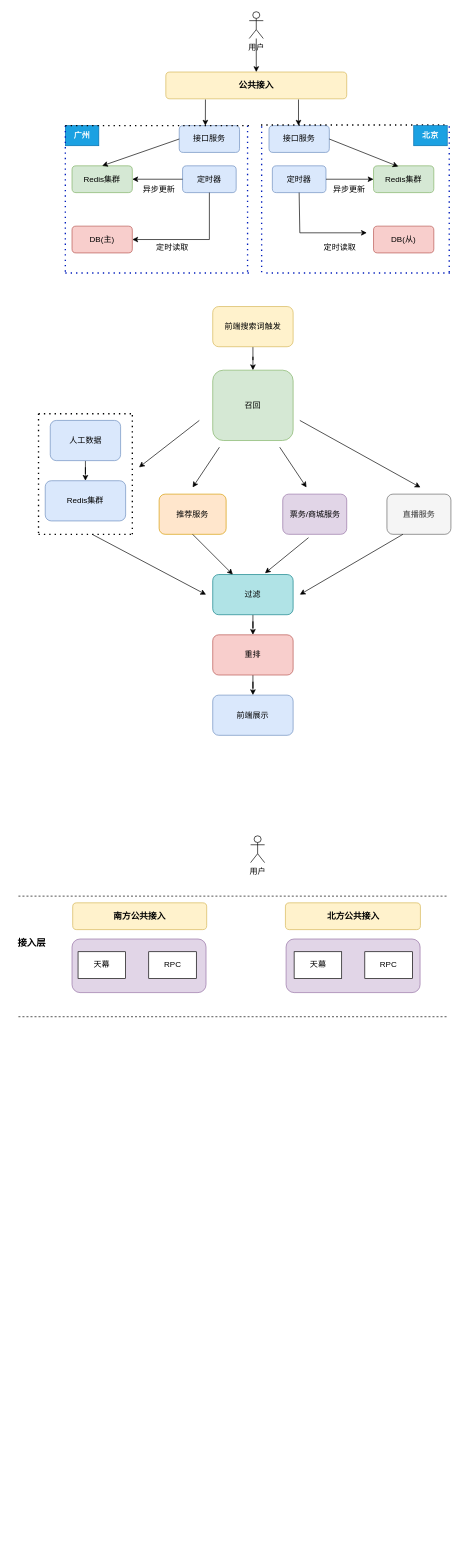
Earlier version of the draw.io diagram dir_f/搜索拦截架构图.drawio (lewiskyo/test_git). Source tidied: cells renumbered, new cells numbered last; positions are measured from the earlier drawing's top-left corner, leaving out a move shared by most shapes. Both pictures are drawn from the tidied source at 67%, with x=0, y=0 at pixel (11, 11).
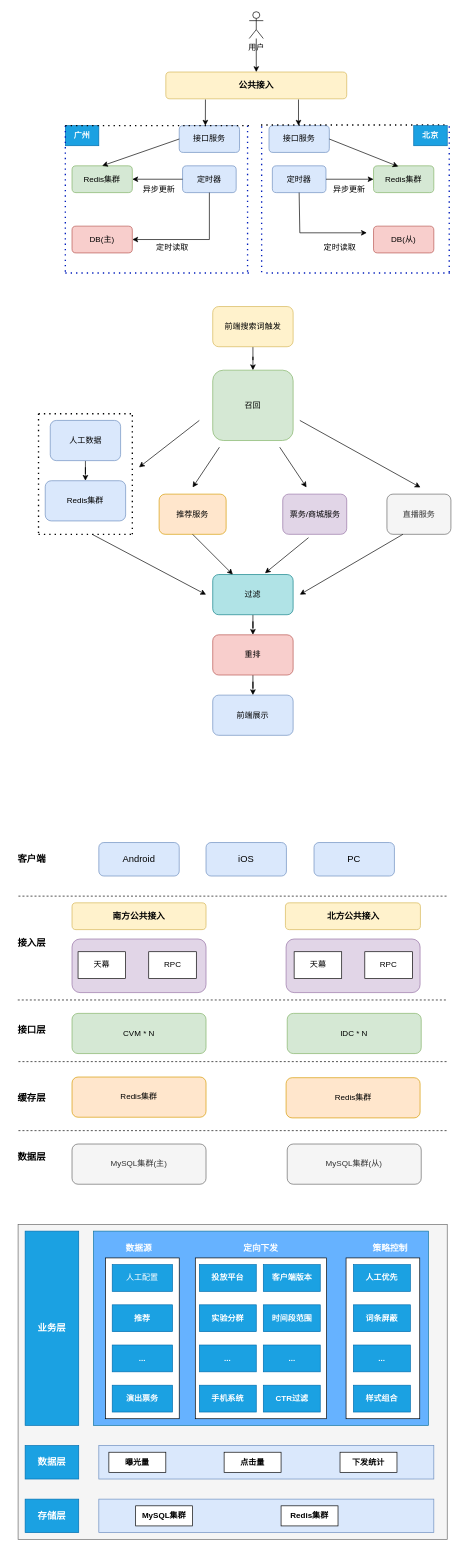
Above is the later version.

Commit message:
更新搜索拦截架构图.drawio

Change to the diagram source:
```diff
@@
     <mxCell id="62" style="group;rotation=90;" parent="1" vertex="1">
-      <mxGeometry x="141" y="1330" width="447.5" height="40" as="geometry" />
+      <mxGeometry x="140" y="1330" width="447.5" height="40" as="geometry" />
     </mxCell>
@@
     <mxCell id="64" style="endArrow=none;dashed=1;html=1;rounded=0;" parent="62" edge="1">
       <mxGeometry relative="1" as="geometry">
-        <mxPoint x="-131" y="170" as="sourcePoint" />
-        <mxPoint x="509" y="170" as="targetPoint" />
+        <mxPoint x="-131" y="145" as="sourcePoint" />
+        <mxPoint x="509" y="145" as="targetPoint" />
       </mxGeometry>
     </mxCell>
-    <mxCell id="65" value="用户" style="shape=umlActor;verticalLabelPosition=bottom;verticalAlign=top;html=1;" parent="1" vertex="1">
-      <mxGeometry x="356.5" y="1230" width="21" height="40" as="geometry" />
-    </mxCell>
+    <mxCell id="76" value="&lt;span style=&quot;font-size: 14px;&quot;&gt;iOS&lt;/span&gt;" style="rounded=1;whiteSpace=wrap;html=1;fillColor=#dae8fc;strokeColor=#6c8ebf;" parent="62" vertex="1">
+      <mxGeometry x="150" y="-90" width="120" height="50" as="geometry" />
+    </mxCell>
@@
+    <mxCell id="77" value="&lt;font style=&quot;font-size: 14px;&quot;&gt;Android&lt;/font&gt;" style="rounded=1;whiteSpace=wrap;html=1;fillColor=#dae8fc;strokeColor=#6c8ebf;" parent="1" vertex="1">
+      <mxGeometry x="130" y="1240" width="120" height="50" as="geometry" />
+    </mxCell>
+    <mxCell id="78" value="&lt;font style=&quot;font-size: 14px;&quot;&gt;PC&lt;/font&gt;" style="rounded=1;whiteSpace=wrap;html=1;fillColor=#dae8fc;strokeColor=#6c8ebf;" parent="1" vertex="1">
+      <mxGeometry x="451.2" y="1240" width="120" height="50" as="geometry" />
+    </mxCell>
+    <mxCell id="79" value="&lt;span style=&quot;font-size: 14px;&quot;&gt;&lt;b&gt;客户端&lt;/b&gt;&lt;/span&gt;" style="text;html=1;align=center;verticalAlign=middle;whiteSpace=wrap;rounded=0;" parent="1" vertex="1">
+      <mxGeometry y="1185" width="60" height="160" as="geometry" />
+    </mxCell>
+    <mxCell id="80" value="&lt;span style=&quot;font-size: 14px;&quot;&gt;&lt;b&gt;接口层&lt;/b&gt;&lt;/span&gt;" style="text;html=1;align=center;verticalAlign=middle;whiteSpace=wrap;rounded=0;" parent="1" vertex="1">
+      <mxGeometry y="1440" width="60" height="160" as="geometry" />
+    </mxCell>
+    <mxCell id="81" value="CVM * N" style="rounded=1;whiteSpace=wrap;html=1;fillColor=#d5e8d4;strokeColor=#82b366;" parent="1" vertex="1">
+      <mxGeometry x="90" y="1495" width="200" height="60" as="geometry" />
+    </mxCell>
+    <mxCell id="82" value="IDC * N" style="rounded=1;whiteSpace=wrap;html=1;fillColor=#d5e8d4;strokeColor=#82b366;" parent="1" vertex="1">
+      <mxGeometry x="411.2" y="1495" width="200" height="60" as="geometry" />
+    </mxCell>
+    <mxCell id="83" style="endArrow=none;dashed=1;html=1;rounded=0;" parent="1" edge="1">
+      <mxGeometry relative="1" as="geometry">
+        <mxPoint x="10" y="1567" as="sourcePoint" />
+        <mxPoint x="650" y="1567" as="targetPoint" />
+      </mxGeometry>
+    </mxCell>
+    <mxCell id="84" value="&lt;span style=&quot;font-size: 14px;&quot;&gt;&lt;b&gt;缓存层&lt;/b&gt;&lt;/span&gt;" style="text;html=1;align=center;verticalAlign=middle;whiteSpace=wrap;rounded=0;" parent="1" vertex="1">
+      <mxGeometry y="1542" width="60" height="160" as="geometry" />
+    </mxCell>
+    <mxCell id="85" value="Redis集群" style="rounded=1;whiteSpace=wrap;html=1;fillColor=#ffe6cc;strokeColor=#d79b00;" parent="1" vertex="1">
+      <mxGeometry x="90" y="1590" width="200" height="60" as="geometry" />
+    </mxCell>
+    <mxCell id="86" value="Redis集群" style="rounded=1;whiteSpace=wrap;html=1;fillColor=#ffe6cc;strokeColor=#d79b00;" parent="1" vertex="1">
+      <mxGeometry x="409.5" y="1591" width="200" height="60" as="geometry" />
+    </mxCell>
+    <mxCell id="87" style="endArrow=none;dashed=1;html=1;rounded=0;" parent="1" edge="1">
+      <mxGeometry relative="1" as="geometry">
+        <mxPoint x="10" y="1670" as="sourcePoint" />
+        <mxPoint x="650" y="1670" as="targetPoint" />
+      </mxGeometry>
+    </mxCell>
+    <mxCell id="88" value="&lt;span style=&quot;font-size: 14px;&quot;&gt;&lt;b&gt;数据层&lt;/b&gt;&lt;/span&gt;" style="text;html=1;align=center;verticalAlign=middle;whiteSpace=wrap;rounded=0;" parent="1" vertex="1">
+      <mxGeometry y="1630" width="60" height="160" as="geometry" />
+    </mxCell>
+    <mxCell id="89" value="MySQL集群(主)" style="rounded=1;whiteSpace=wrap;html=1;fillColor=#f5f5f5;strokeColor=#666666;fontColor=#333333;" parent="1" vertex="1">
+      <mxGeometry x="90" y="1690" width="200" height="60" as="geometry" />
+    </mxCell>
+    <mxCell id="90" value="MySQL集群(从)" style="rounded=1;whiteSpace=wrap;html=1;fillColor=#f5f5f5;strokeColor=#666666;fontColor=#333333;" parent="1" vertex="1">
+      <mxGeometry x="411.2" y="1690" width="200" height="60" as="geometry" />
+    </mxCell>
+    <mxCell id="91" style="rounded=0;whiteSpace=wrap;html=1;fillColor=#f5f5f5;fontColor=#333333;strokeColor=#666666;" parent="1" vertex="1">
+      <mxGeometry x="9.5" y="1810" width="640.5" height="470" as="geometry" />
+    </mxCell>
+    <mxCell id="92" value="&lt;b style=&quot;&quot;&gt;&lt;font color=&quot;#ffffff&quot; style=&quot;font-size: 14px;&quot;&gt;业务层&lt;/font&gt;&lt;/b&gt;" style="rounded=0;whiteSpace=wrap;html=1;fillColor=#1ba1e2;strokeColor=#006EAF;fontColor=#ffffff;" parent="1" vertex="1">
+      <mxGeometry x="20" y="1820" width="80" height="290" as="geometry" />
+    </mxCell>
+    <mxCell id="93" value="&lt;font style=&quot;font-size: 14px;&quot;&gt;&lt;b style=&quot;&quot;&gt;数据层&lt;/b&gt;&lt;/font&gt;" style="rounded=0;whiteSpace=wrap;html=1;fillColor=#1ba1e2;fontColor=#ffffff;strokeColor=#006EAF;" parent="1" vertex="1">
+      <mxGeometry x="20" y="2140" width="80" height="50" as="geometry" />
+    </mxCell>
+    <mxCell id="94" value="&lt;font style=&quot;font-size: 14px;&quot;&gt;&lt;b style=&quot;&quot;&gt;存储层&lt;/b&gt;&lt;/font&gt;" style="rounded=0;whiteSpace=wrap;html=1;fillColor=#1ba1e2;fontColor=#ffffff;strokeColor=#006EAF;" parent="1" vertex="1">
+      <mxGeometry x="20" y="2220" width="80" height="50" as="geometry" />
+    </mxCell>
+    <mxCell id="95" style="rounded=0;whiteSpace=wrap;html=1;fillColor=#66B2FF;strokeColor=#10739e;" parent="1" vertex="1">
+      <mxGeometry x="122" y="1820" width="500" height="290" as="geometry" />
+    </mxCell>
+    <mxCell id="96" value="&lt;font color=&quot;#ffffff&quot; style=&quot;font-size: 13px;&quot;&gt;&lt;b&gt;数据源&lt;/b&gt;&lt;/font&gt;" style="text;html=1;align=center;verticalAlign=middle;whiteSpace=wrap;rounded=0;" parent="1" vertex="1">
+      <mxGeometry x="160" y="1830" width="60" height="30" as="geometry" />
+    </mxCell>
+    <mxCell id="97" style="rounded=0;whiteSpace=wrap;html=1;" parent="1" vertex="1">
+      <mxGeometry x="140" y="1860" width="110" height="240" as="geometry" />
+    </mxCell>
+    <mxCell id="98" value="人工配置" style="rounded=0;whiteSpace=wrap;html=1;fillColor=#1ba1e2;fontColor=#ffffff;strokeColor=#006EAF;" parent="1" vertex="1">
+      <mxGeometry x="150" y="1870" width="90" height="40" as="geometry" />
+    </mxCell>
+    <mxCell id="99" value="&lt;b&gt;推荐&lt;/b&gt;" style="rounded=0;whiteSpace=wrap;html=1;fillColor=#1ba1e2;fontColor=#ffffff;strokeColor=#006EAF;" parent="1" vertex="1">
+      <mxGeometry x="150" y="1930" width="90" height="40" as="geometry" />
+    </mxCell>
+    <mxCell id="100" value="&lt;b&gt;...&lt;/b&gt;" style="rounded=0;whiteSpace=wrap;html=1;fillColor=#1ba1e2;fontColor=#ffffff;strokeColor=#006EAF;" parent="1" vertex="1">
+      <mxGeometry x="150" y="1990" width="90" height="40" as="geometry" />
+    </mxCell>
+    <mxCell id="101" value="&lt;b&gt;演出票务&lt;/b&gt;" style="rounded=0;whiteSpace=wrap;html=1;fillColor=#1ba1e2;fontColor=#ffffff;strokeColor=#006EAF;" parent="1" vertex="1">
+      <mxGeometry x="150" y="2050" width="90" height="40" as="geometry" />
+    </mxCell>
+    <mxCell id="102" value="&lt;font color=&quot;#ffffff&quot; style=&quot;font-size: 13px;&quot;&gt;&lt;b&gt;定向下发&lt;/b&gt;&lt;/font&gt;" style="text;html=1;align=center;verticalAlign=middle;whiteSpace=wrap;rounded=0;" parent="1" vertex="1">
+      <mxGeometry x="342" y="1830" width="60" height="30" as="geometry" />
+    </mxCell>
+    <mxCell id="103" style="rounded=0;whiteSpace=wrap;html=1;" parent="1" vertex="1">
+      <mxGeometry x="274" y="1860" width="196" height="240" as="geometry" />
+    </mxCell>
+    <mxCell id="104" value="&lt;b&gt;投放平台&lt;/b&gt;" style="rounded=0;whiteSpace=wrap;html=1;fillColor=#1ba1e2;fontColor=#ffffff;strokeColor=#006EAF;" parent="1" vertex="1">
+      <mxGeometry x="280" y="1870" width="85" height="40" as="geometry" />
+    </mxCell>
+    <mxCell id="105" value="&lt;b&gt;客户端版本&lt;/b&gt;" style="rounded=0;whiteSpace=wrap;html=1;fillColor=#1ba1e2;fontColor=#ffffff;strokeColor=#006EAF;" parent="1" vertex="1">
+      <mxGeometry x="375.5" y="1870" width="85" height="40" as="geometry" />
+    </mxCell>
+    <mxCell id="106" value="&lt;b&gt;实验分群&lt;/b&gt;" style="rounded=0;whiteSpace=wrap;html=1;fillColor=#1ba1e2;fontColor=#ffffff;strokeColor=#006EAF;" parent="1" vertex="1">
+      <mxGeometry x="280" y="1930" width="85" height="40" as="geometry" />
+    </mxCell>
+    <mxCell id="107" value="&lt;b&gt;时间段范围&lt;/b&gt;" style="rounded=0;whiteSpace=wrap;html=1;fillColor=#1ba1e2;fontColor=#ffffff;strokeColor=#006EAF;" parent="1" vertex="1">
+      <mxGeometry x="375.5" y="1930" width="85" height="40" as="geometry" />
+    </mxCell>
+    <mxCell id="108" value="&lt;b&gt;...&lt;/b&gt;" style="rounded=0;whiteSpace=wrap;html=1;fillColor=#1ba1e2;fontColor=#ffffff;strokeColor=#006EAF;" parent="1" vertex="1">
+      <mxGeometry x="280" y="1990" width="85" height="40" as="geometry" />
+    </mxCell>
+    <mxCell id="109" value="&lt;b&gt;...&lt;/b&gt;" style="rounded=0;whiteSpace=wrap;html=1;fillColor=#1ba1e2;fontColor=#ffffff;strokeColor=#006EAF;" parent="1" vertex="1">
+      <mxGeometry x="375.5" y="1990" width="85" height="40" as="geometry" />
+    </mxCell>
+    <mxCell id="110" value="&lt;b&gt;手机系统&lt;/b&gt;" style="rounded=0;whiteSpace=wrap;html=1;fillColor=#1ba1e2;fontColor=#ffffff;strokeColor=#006EAF;" parent="1" vertex="1">
+      <mxGeometry x="280" y="2050" width="85" height="40" as="geometry" />
+    </mxCell>
+    <mxCell id="111" value="&lt;b&gt;CTR过滤&lt;/b&gt;" style="rounded=0;whiteSpace=wrap;html=1;fillColor=#1ba1e2;fontColor=#ffffff;strokeColor=#006EAF;" parent="1" vertex="1">
+      <mxGeometry x="375.5" y="2050" width="85" height="40" as="geometry" />
+    </mxCell>
+    <mxCell id="112" style="rounded=0;whiteSpace=wrap;html=1;fillColor=#dae8fc;strokeColor=#6c8ebf;" parent="1" vertex="1">
+      <mxGeometry x="130" y="2140" width="500" height="50" as="geometry" />
+    </mxCell>
+    <mxCell id="113" value="&lt;b&gt;曝光量&lt;/b&gt;" style="rounded=0;whiteSpace=wrap;html=1;" parent="1" vertex="1">
+      <mxGeometry x="145" y="2150" width="85" height="30" as="geometry" />
+    </mxCell>
+    <mxCell id="114" value="&lt;b&gt;点击量&lt;/b&gt;" style="rounded=0;whiteSpace=wrap;html=1;" parent="1" vertex="1">
+      <mxGeometry x="317" y="2150" width="85" height="30" as="geometry" />
+    </mxCell>
+    <mxCell id="115" value="&lt;b&gt;下发统计&lt;/b&gt;" style="rounded=0;whiteSpace=wrap;html=1;" parent="1" vertex="1">
+      <mxGeometry x="490" y="2150" width="85" height="30" as="geometry" />
+    </mxCell>
+    <mxCell id="116" style="rounded=0;whiteSpace=wrap;html=1;fillColor=#dae8fc;strokeColor=#6c8ebf;" parent="1" vertex="1">
+      <mxGeometry x="130" y="2220" width="500" height="50" as="geometry" />
+    </mxCell>
+    <mxCell id="117" value="&lt;b&gt;MySQL集群&lt;/b&gt;" style="rounded=0;whiteSpace=wrap;html=1;" parent="1" vertex="1">
+      <mxGeometry x="185" y="2230" width="85" height="30" as="geometry" />
+    </mxCell>
+    <mxCell id="118" value="&lt;b&gt;Redis集群&lt;/b&gt;" style="rounded=0;whiteSpace=wrap;html=1;" parent="1" vertex="1">
+      <mxGeometry x="402" y="2230" width="85" height="30" as="geometry" />
+    </mxCell>
+    <mxCell id="119" value="&lt;font color=&quot;#ffffff&quot; style=&quot;font-size: 13px;&quot;&gt;&lt;b&gt;策略控制&lt;/b&gt;&lt;/font&gt;" style="text;html=1;align=center;verticalAlign=middle;whiteSpace=wrap;rounded=0;" parent="1" vertex="1">
+      <mxGeometry x="535" y="1830" width="60" height="30" as="geometry" />
+    </mxCell>
+    <mxCell id="120" style="rounded=0;whiteSpace=wrap;html=1;" parent="1" vertex="1">
+      <mxGeometry x="499" y="1860" width="110" height="240" as="geometry" />
+    </mxCell>
+    <mxCell id="121" value="&lt;b&gt;人工优先&lt;/b&gt;" style="rounded=0;whiteSpace=wrap;html=1;fillColor=#1ba1e2;fontColor=#ffffff;strokeColor=#006EAF;" parent="1" vertex="1">
+      <mxGeometry x="510" y="1870" width="85" height="40" as="geometry" />
+    </mxCell>
+    <mxCell id="122" value="&lt;b&gt;词条屏蔽&lt;/b&gt;" style="rounded=0;whiteSpace=wrap;html=1;fillColor=#1ba1e2;fontColor=#ffffff;strokeColor=#006EAF;" parent="1" vertex="1">
+      <mxGeometry x="510" y="1930" width="85" height="40" as="geometry" />
+    </mxCell>
+    <mxCell id="123" value="&lt;b&gt;...&lt;/b&gt;" style="rounded=0;whiteSpace=wrap;html=1;fillColor=#1ba1e2;fontColor=#ffffff;strokeColor=#006EAF;" parent="1" vertex="1">
+      <mxGeometry x="510" y="1990" width="85" height="40" as="geometry" />
+    </mxCell>
+    <mxCell id="124" value="&lt;b&gt;样式组合&lt;/b&gt;" style="rounded=0;whiteSpace=wrap;html=1;fillColor=#1ba1e2;fontColor=#ffffff;strokeColor=#006EAF;" parent="1" vertex="1">
+      <mxGeometry x="510" y="2050" width="85" height="40" as="geometry" />
+    </mxCell>
```
